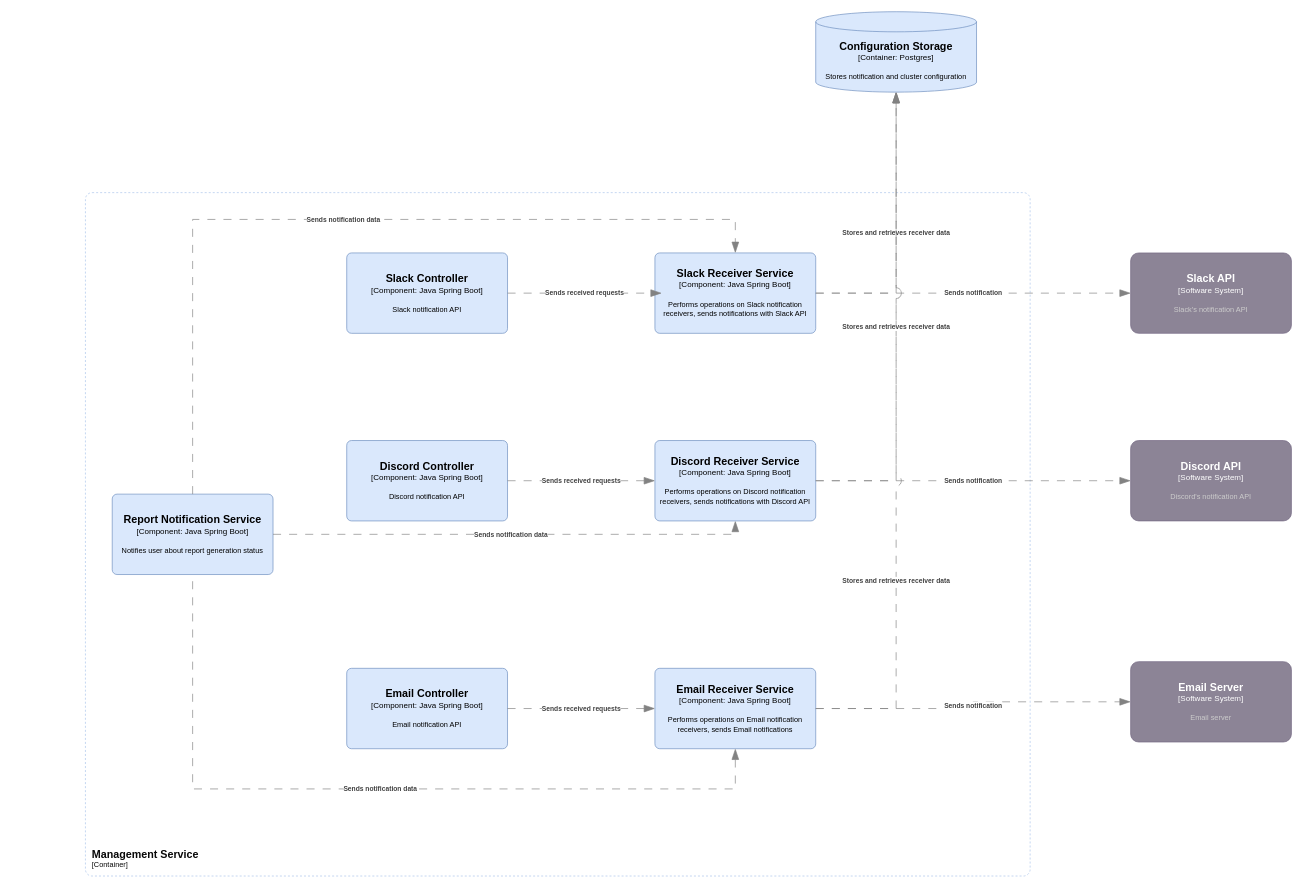
Earlier version of the draw.io diagram docs/diagrams/management-service/components/notifications/management-service-notifications.drawio (Magpie-Monitor/magpie-monitor). Source tidied: cells renumbered, new cells numbered last; positions are measured from the earlier drawing's top-left corner, leaving out a move shared by most shapes. Both pictures are drawn from the tidied source at 67%, with x=0, y=0 at pixel (11, 11).
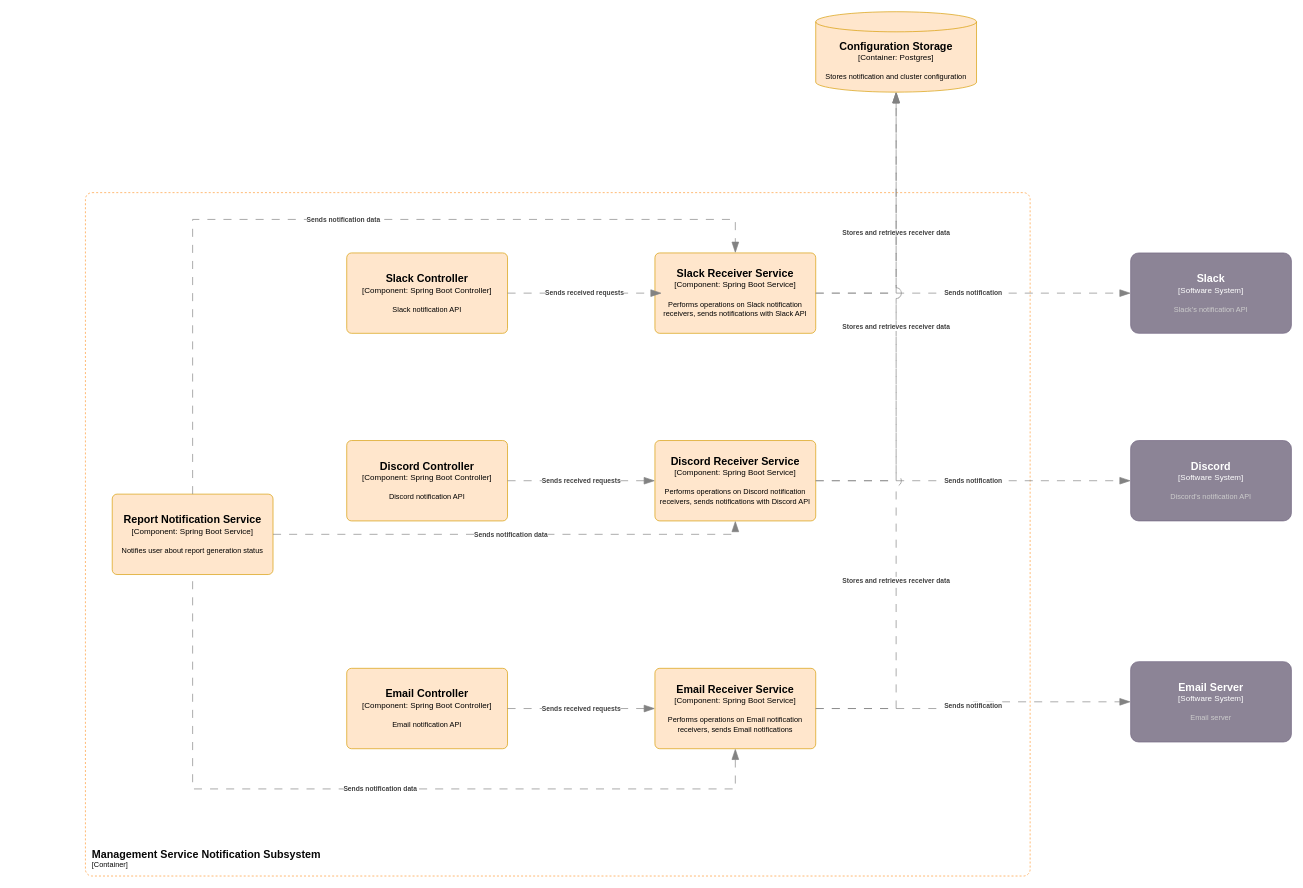
After the change.

Change to the diagram source:
```diff
@@
     <object id="2" label="&lt;font style=&quot;font-size: 16px&quot;&gt;&lt;b&gt;%c4Name%&lt;/b&gt;&lt;/font&gt;&lt;div&gt;[%c4Type%:&amp;nbsp;%c4Technology%]&lt;/div&gt;&lt;br&gt;&lt;div&gt;&lt;font style=&quot;font-size: 11px&quot;&gt;&lt;font&gt;%c4Description%&lt;/font&gt;&lt;/font&gt;&lt;/div&gt;" c4Description="Stores notification and cluster configuration" c4Name="Configuration Storage" c4Technology="Postgres" c4Type="Container" placeholders="1">
-      <mxCell style="shape=cylinder3;size=15;whiteSpace=wrap;html=1;boundedLbl=1;rounded=0;labelBackgroundColor=none;fillColor=#dae8fc;fontSize=12;align=center;strokeColor=#6c8ebf;points=[[0.5,0,0],[1,0.25,0],[1,0.5,0],[1,0.75,0],[0.5,1,0],[0,0.75,0],[0,0.5,0],[0,0.25,0]];" parent="1" vertex="1">
+      <mxCell style="shape=cylinder3;size=15;whiteSpace=wrap;html=1;boundedLbl=1;rounded=0;labelBackgroundColor=none;fillColor=#ffe6cc;fontSize=12;align=center;strokeColor=#d79b00;points=[[0.5,0,0],[1,0.25,0],[1,0.5,0],[1,0.75,0],[0.5,1,0],[0,0.75,0],[0,0.5,0],[0,0.25,0]];" parent="1" vertex="1">
         <mxGeometry x="1200" width="240" height="120" as="geometry" />
       </mxCell>
     </object>
-    <object id="3" label="&lt;font style=&quot;font-size: 16px&quot;&gt;&lt;b&gt;%c4Name%&lt;/b&gt;&lt;/font&gt;&lt;div&gt;[%c4Type%: %c4Technology%]&lt;/div&gt;&lt;br&gt;&lt;div&gt;&lt;font style=&quot;font-size: 11px&quot;&gt;%c4Description%&lt;/font&gt;&lt;/div&gt;" c4Description="Performs operations on Slack notification receivers, sends notifications with Slack API" c4Name="Slack Receiver Service" c4Technology="Java Spring Boot" c4Type="Component" placeholders="1">
-      <mxCell style="rounded=1;whiteSpace=wrap;html=1;labelBackgroundColor=none;fillColor=#dae8fc;align=center;arcSize=6;strokeColor=#6c8ebf;points=[[0.25,0,0],[0.5,0,0],[0.75,0,0],[1,0.25,0],[1,0.5,0],[1,0.75,0],[0.75,1,0],[0.5,1,0],[0.25,1,0],[0,0.75,0],[0,0.5,0],[0,0.25,0]];" parent="1" vertex="1">
+    <object id="3" label="&lt;font style=&quot;font-size: 16px&quot;&gt;&lt;b&gt;%c4Name%&lt;/b&gt;&lt;/font&gt;&lt;div&gt;[%c4Type%: %c4Technology%]&lt;/div&gt;&lt;br&gt;&lt;div&gt;&lt;font style=&quot;font-size: 11px&quot;&gt;%c4Description%&lt;/font&gt;&lt;/div&gt;" c4Description="Performs operations on Slack notification receivers, sends notifications with Slack API" c4Name="Slack Receiver Service" c4Technology="Spring Boot Service" c4Type="Component" placeholders="1">
+      <mxCell style="rounded=1;whiteSpace=wrap;html=1;labelBackgroundColor=none;fillColor=#ffe6cc;align=center;arcSize=6;strokeColor=#d79b00;points=[[0.25,0,0],[0.5,0,0],[0.75,0,0],[1,0.25,0],[1,0.5,0],[1,0.75,0],[0.75,1,0],[0.5,1,0],[0.25,1,0],[0,0.75,0],[0,0.5,0],[0,0.25,0]];" parent="1" vertex="1">
         <mxGeometry x="960" y="360" width="240" height="120" as="geometry" />
       </mxCell>
     </object>
-    <object id="4" label="&lt;font style=&quot;font-size: 16px&quot;&gt;&lt;b&gt;%c4Name%&lt;/b&gt;&lt;/font&gt;&lt;div&gt;[%c4Type%: %c4Technology%]&lt;/div&gt;&lt;br&gt;&lt;div&gt;&lt;font style=&quot;font-size: 11px&quot;&gt;%c4Description%&lt;/font&gt;&lt;/div&gt;" c4Description="Slack notification API" c4Name="Slack Controller" c4Technology="Java Spring Boot" c4Type="Component" placeholders="1">
-      <mxCell style="rounded=1;whiteSpace=wrap;html=1;labelBackgroundColor=none;fillColor=#dae8fc;align=center;arcSize=6;strokeColor=#6c8ebf;points=[[0.25,0,0],[0.5,0,0],[0.75,0,0],[1,0.25,0],[1,0.5,0],[1,0.75,0],[0.75,1,0],[0.5,1,0],[0.25,1,0],[0,0.75,0],[0,0.5,0],[0,0.25,0]];" parent="1" vertex="1">
+    <object id="4" label="&lt;font style=&quot;font-size: 16px&quot;&gt;&lt;b&gt;%c4Name%&lt;/b&gt;&lt;/font&gt;&lt;div&gt;[%c4Type%: %c4Technology%]&lt;/div&gt;&lt;br&gt;&lt;div&gt;&lt;font style=&quot;font-size: 11px&quot;&gt;%c4Description%&lt;/font&gt;&lt;/div&gt;" c4Description="Slack notification API" c4Name="Slack Controller" c4Technology="Spring Boot Controller" c4Type="Component" placeholders="1">
+      <mxCell style="rounded=1;whiteSpace=wrap;html=1;labelBackgroundColor=none;fillColor=#ffe6cc;align=center;arcSize=6;strokeColor=#d79b00;points=[[0.25,0,0],[0.5,0,0],[0.75,0,0],[1,0.25,0],[1,0.5,0],[1,0.75,0],[0.75,1,0],[0.5,1,0],[0.25,1,0],[0,0.75,0],[0,0.5,0],[0,0.25,0]];" parent="1" vertex="1">
         <mxGeometry x="500" y="360" width="240" height="120" as="geometry" />
       </mxCell>
     </object>
-    <object id="5" label="&lt;font style=&quot;font-size: 16px&quot;&gt;&lt;b&gt;&lt;div style=&quot;text-align: left&quot;&gt;%c4Name%&lt;/div&gt;&lt;/b&gt;&lt;/font&gt;&lt;div style=&quot;text-align: left&quot;&gt;[%c4Application%]&lt;/div&gt;" c4Application="Container" c4Name="Management Service" placeholders="1">
-      <mxCell style="rounded=1;fontSize=11;whiteSpace=wrap;html=1;dashed=1;arcSize=20;fillColor=none;strokeColor=#A9C4EB;labelBackgroundColor=none;align=left;verticalAlign=bottom;labelBorderColor=none;spacingTop=0;spacing=10;perimeter=rectanglePerimeter;labelPadding=0;absoluteArcSize=1;fontColor=#080808;" parent="1" vertex="1">
+    <object id="5" label="&lt;font style=&quot;font-size: 16px&quot;&gt;&lt;b&gt;&lt;div style=&quot;text-align: left&quot;&gt;%c4Name%&lt;/div&gt;&lt;/b&gt;&lt;/font&gt;&lt;div style=&quot;text-align: left&quot;&gt;[%c4Application%]&lt;/div&gt;" c4Application="Container" c4Name="Management Service Notification Subsystem" placeholders="1">
+      <mxCell style="rounded=1;fontSize=11;whiteSpace=wrap;html=1;dashed=1;arcSize=20;fillColor=none;strokeColor=#FF9933;labelBackgroundColor=none;align=left;verticalAlign=bottom;labelBorderColor=none;spacingTop=0;spacing=10;perimeter=rectanglePerimeter;labelPadding=0;absoluteArcSize=1;fontColor=#080808;" parent="1" vertex="1">
         <mxGeometry x="110" y="270" width="1410" height="1020" as="geometry" />
       </mxCell>
     </object>
-    <object id="6" label="&lt;font style=&quot;font-size: 16px&quot;&gt;&lt;b&gt;%c4Name%&lt;/b&gt;&lt;/font&gt;&lt;div&gt;[%c4Type%: %c4Technology%]&lt;/div&gt;&lt;br&gt;&lt;div&gt;&lt;font style=&quot;font-size: 11px&quot;&gt;%c4Description%&lt;/font&gt;&lt;/div&gt;" c4Description="Discord notification API" c4Name="Discord Controller" c4Technology="Java Spring Boot" c4Type="Component" placeholders="1">
-      <mxCell style="rounded=1;whiteSpace=wrap;html=1;labelBackgroundColor=none;fillColor=#dae8fc;align=center;arcSize=6;strokeColor=#6c8ebf;points=[[0.25,0,0],[0.5,0,0],[0.75,0,0],[1,0.25,0],[1,0.5,0],[1,0.75,0],[0.75,1,0],[0.5,1,0],[0.25,1,0],[0,0.75,0],[0,0.5,0],[0,0.25,0]];" parent="1" vertex="1">
+    <object id="6" label="&lt;font style=&quot;font-size: 16px&quot;&gt;&lt;b&gt;%c4Name%&lt;/b&gt;&lt;/font&gt;&lt;div&gt;[%c4Type%: %c4Technology%]&lt;/div&gt;&lt;br&gt;&lt;div&gt;&lt;font style=&quot;font-size: 11px&quot;&gt;%c4Description%&lt;/font&gt;&lt;/div&gt;" c4Description="Discord notification API" c4Name="Discord Controller" c4Technology="Spring Boot Controller" c4Type="Component" placeholders="1">
+      <mxCell style="rounded=1;whiteSpace=wrap;html=1;labelBackgroundColor=none;fillColor=#ffe6cc;align=center;arcSize=6;strokeColor=#d79b00;points=[[0.25,0,0],[0.5,0,0],[0.75,0,0],[1,0.25,0],[1,0.5,0],[1,0.75,0],[0.75,1,0],[0.5,1,0],[0.25,1,0],[0,0.75,0],[0,0.5,0],[0,0.25,0]];" parent="1" vertex="1">
         <mxGeometry x="500" y="640" width="240" height="120" as="geometry" />
       </mxCell>
     </object>
-    <object id="7" label="&lt;font style=&quot;font-size: 16px&quot;&gt;&lt;b&gt;%c4Name%&lt;/b&gt;&lt;/font&gt;&lt;div&gt;[%c4Type%: %c4Technology%]&lt;/div&gt;&lt;br&gt;&lt;div&gt;&lt;font style=&quot;font-size: 11px&quot;&gt;%c4Description%&lt;/font&gt;&lt;/div&gt;" c4Description="Email notification API" c4Name="Email Controller" c4Technology="Java Spring Boot" c4Type="Component" placeholders="1">
-      <mxCell style="rounded=1;whiteSpace=wrap;html=1;labelBackgroundColor=none;fillColor=#dae8fc;align=center;arcSize=6;strokeColor=#6c8ebf;points=[[0.25,0,0],[0.5,0,0],[0.75,0,0],[1,0.25,0],[1,0.5,0],[1,0.75,0],[0.75,1,0],[0.5,1,0],[0.25,1,0],[0,0.75,0],[0,0.5,0],[0,0.25,0]];" parent="1" vertex="1">
+    <object id="7" label="&lt;font style=&quot;font-size: 16px&quot;&gt;&lt;b&gt;%c4Name%&lt;/b&gt;&lt;/font&gt;&lt;div&gt;[%c4Type%: %c4Technology%]&lt;/div&gt;&lt;br&gt;&lt;div&gt;&lt;font style=&quot;font-size: 11px&quot;&gt;%c4Description%&lt;/font&gt;&lt;/div&gt;" c4Description="Email notification API" c4Name="Email Controller" c4Technology="Spring Boot Controller" c4Type="Component" placeholders="1">
+      <mxCell style="rounded=1;whiteSpace=wrap;html=1;labelBackgroundColor=none;fillColor=#ffe6cc;align=center;arcSize=6;strokeColor=#d79b00;points=[[0.25,0,0],[0.5,0,0],[0.75,0,0],[1,0.25,0],[1,0.5,0],[1,0.75,0],[0.75,1,0],[0.5,1,0],[0.25,1,0],[0,0.75,0],[0,0.5,0],[0,0.25,0]];" parent="1" vertex="1">
         <mxGeometry x="500" y="980" width="240" height="120" as="geometry" />
       </mxCell>
     </object>
-    <object id="8" label="&lt;font style=&quot;font-size: 16px&quot;&gt;&lt;b&gt;%c4Name%&lt;/b&gt;&lt;/font&gt;&lt;div&gt;[%c4Type%: %c4Technology%]&lt;/div&gt;&lt;br&gt;&lt;div&gt;&lt;font style=&quot;font-size: 11px&quot;&gt;%c4Description%&lt;/font&gt;&lt;/div&gt;" c4Description="Performs operations on Discord notification receivers, sends notifications with Discord API" c4Name="Discord Receiver Service" c4Technology="Java Spring Boot" c4Type="Component" placeholders="1">
-      <mxCell style="rounded=1;whiteSpace=wrap;html=1;labelBackgroundColor=none;fillColor=#dae8fc;align=center;arcSize=6;strokeColor=#6c8ebf;points=[[0.25,0,0],[0.5,0,0],[0.75,0,0],[1,0.25,0],[1,0.5,0],[1,0.75,0],[0.75,1,0],[0.5,1,0],[0.25,1,0],[0,0.75,0],[0,0.5,0],[0,0.25,0]];" parent="1" vertex="1">
+    <object id="8" label="&lt;font style=&quot;font-size: 16px&quot;&gt;&lt;b&gt;%c4Name%&lt;/b&gt;&lt;/font&gt;&lt;div&gt;[%c4Type%: %c4Technology%]&lt;/div&gt;&lt;br&gt;&lt;div&gt;&lt;font style=&quot;font-size: 11px&quot;&gt;%c4Description%&lt;/font&gt;&lt;/div&gt;" c4Description="Performs operations on Discord notification receivers, sends notifications with Discord API" c4Name="Discord Receiver Service" c4Technology="Spring Boot Service" c4Type="Component" placeholders="1">
+      <mxCell style="rounded=1;whiteSpace=wrap;html=1;labelBackgroundColor=none;fillColor=#ffe6cc;align=center;arcSize=6;strokeColor=#d79b00;points=[[0.25,0,0],[0.5,0,0],[0.75,0,0],[1,0.25,0],[1,0.5,0],[1,0.75,0],[0.75,1,0],[0.5,1,0],[0.25,1,0],[0,0.75,0],[0,0.5,0],[0,0.25,0]];" parent="1" vertex="1">
         <mxGeometry x="960" y="640" width="240" height="120" as="geometry" />
       </mxCell>
     </object>
-    <object id="9" label="&lt;font style=&quot;font-size: 16px&quot;&gt;&lt;b&gt;%c4Name%&lt;/b&gt;&lt;/font&gt;&lt;div&gt;[%c4Type%: %c4Technology%]&lt;/div&gt;&lt;br&gt;&lt;div&gt;&lt;font style=&quot;font-size: 11px&quot;&gt;%c4Description%&lt;/font&gt;&lt;/div&gt;" c4Description="Performs operations on Email notification receivers, sends Email notifications" c4Name="Email Receiver Service" c4Technology="Java Spring Boot" c4Type="Component" placeholders="1">
-      <mxCell style="rounded=1;whiteSpace=wrap;html=1;labelBackgroundColor=none;fillColor=#dae8fc;align=center;arcSize=6;strokeColor=#6c8ebf;points=[[0.25,0,0],[0.5,0,0],[0.75,0,0],[1,0.25,0],[1,0.5,0],[1,0.75,0],[0.75,1,0],[0.5,1,0],[0.25,1,0],[0,0.75,0],[0,0.5,0],[0,0.25,0]];" parent="1" vertex="1">
+    <object id="9" label="&lt;font style=&quot;font-size: 16px&quot;&gt;&lt;b&gt;%c4Name%&lt;/b&gt;&lt;/font&gt;&lt;div&gt;[%c4Type%: %c4Technology%]&lt;/div&gt;&lt;br&gt;&lt;div&gt;&lt;font style=&quot;font-size: 11px&quot;&gt;%c4Description%&lt;/font&gt;&lt;/div&gt;" c4Description="Performs operations on Email notification receivers, sends Email notifications" c4Name="Email Receiver Service" c4Technology="Spring Boot Service" c4Type="Component" placeholders="1">
+      <mxCell style="rounded=1;whiteSpace=wrap;html=1;labelBackgroundColor=none;fillColor=#ffe6cc;align=center;arcSize=6;strokeColor=#d79b00;points=[[0.25,0,0],[0.5,0,0],[0.75,0,0],[1,0.25,0],[1,0.5,0],[1,0.75,0],[0.75,1,0],[0.5,1,0],[0.25,1,0],[0,0.75,0],[0,0.5,0],[0,0.25,0]];" parent="1" vertex="1">
         <mxGeometry x="960" y="980" width="240" height="120" as="geometry" />
       </mxCell>
     </object>
-    <object id="10" label="&lt;font style=&quot;font-size: 16px&quot;&gt;&lt;b&gt;%c4Name%&lt;/b&gt;&lt;/font&gt;&lt;div&gt;[%c4Type%: %c4Technology%]&lt;/div&gt;&lt;br&gt;&lt;div&gt;&lt;font style=&quot;font-size: 11px&quot;&gt;%c4Description%&lt;/font&gt;&lt;/div&gt;" c4Description="Notifies user about report generation status" c4Name="Report Notification Service" c4Technology="Java Spring Boot" c4Type="Component" placeholders="1">
-      <mxCell style="rounded=1;whiteSpace=wrap;html=1;labelBackgroundColor=none;fillColor=#dae8fc;align=center;arcSize=6;strokeColor=#6c8ebf;points=[[0.25,0,0],[0.5,0,0],[0.75,0,0],[1,0.25,0],[1,0.5,0],[1,0.75,0],[0.75,1,0],[0.5,1,0],[0.25,1,0],[0,0.75,0],[0,0.5,0],[0,0.25,0]];" parent="1" vertex="1">
+    <object id="10" label="&lt;font style=&quot;font-size: 16px&quot;&gt;&lt;b&gt;%c4Name%&lt;/b&gt;&lt;/font&gt;&lt;div&gt;[%c4Type%: %c4Technology%]&lt;/div&gt;&lt;br&gt;&lt;div&gt;&lt;font style=&quot;font-size: 11px&quot;&gt;%c4Description%&lt;/font&gt;&lt;/div&gt;" c4Description="Notifies user about report generation status" c4Name="Report Notification Service" c4Technology="Spring Boot Service" c4Type="Component" placeholders="1">
+      <mxCell style="rounded=1;whiteSpace=wrap;html=1;labelBackgroundColor=none;fillColor=#ffe6cc;align=center;arcSize=6;strokeColor=#d79b00;points=[[0.25,0,0],[0.5,0,0],[0.75,0,0],[1,0.25,0],[1,0.5,0],[1,0.75,0],[0.75,1,0],[0.5,1,0],[0.25,1,0],[0,0.75,0],[0,0.5,0],[0,0.25,0]];" parent="1" vertex="1">
         <mxGeometry x="150" y="720" width="240" height="120" as="geometry" />
       </mxCell>
     </object>
-    <object id="11" label="&lt;font style=&quot;font-size: 16px&quot;&gt;&lt;b&gt;%c4Name%&lt;/b&gt;&lt;/font&gt;&lt;div&gt;[%c4Type%]&lt;/div&gt;&lt;br&gt;&lt;div&gt;&lt;font style=&quot;font-size: 11px&quot;&gt;&lt;font color=&quot;#cccccc&quot;&gt;%c4Description%&lt;/font&gt;&lt;/div&gt;" c4Description="Discord's notification API" c4Name="Discord API" c4Type="Software System" placeholders="1">
+    <object id="11" label="&lt;font style=&quot;font-size: 16px&quot;&gt;&lt;b&gt;%c4Name%&lt;/b&gt;&lt;/font&gt;&lt;div&gt;[%c4Type%]&lt;/div&gt;&lt;br&gt;&lt;div&gt;&lt;font style=&quot;font-size: 11px&quot;&gt;&lt;font color=&quot;#cccccc&quot;&gt;%c4Description%&lt;/font&gt;&lt;/div&gt;" c4Description="Discord's notification API" c4Name="Discord" c4Type="Software System" placeholders="1">
       <mxCell style="rounded=1;whiteSpace=wrap;html=1;labelBackgroundColor=none;fillColor=#8C8496;fontColor=#ffffff;align=center;arcSize=10;strokeColor=#736782;points=[[0.25,0,0],[0.5,0,0],[0.75,0,0],[1,0.25,0],[1,0.5,0],[1,0.75,0],[0.75,1,0],[0.5,1,0],[0.25,1,0],[0,0.75,0],[0,0.5,0],[0,0.25,0]];" parent="1" vertex="1">
         <mxGeometry x="1670" y="640" width="240" height="120" as="geometry" />
       </mxCell>
     </object>
-    <object id="12" label="&lt;font style=&quot;font-size: 16px&quot;&gt;&lt;b&gt;%c4Name%&lt;/b&gt;&lt;/font&gt;&lt;div&gt;[%c4Type%]&lt;/div&gt;&lt;br&gt;&lt;div&gt;&lt;font style=&quot;font-size: 11px&quot;&gt;&lt;font color=&quot;#cccccc&quot;&gt;%c4Description%&lt;/font&gt;&lt;/div&gt;" c4Description="Slack's notification API" c4Name="Slack API" c4Type="Software System" placeholders="1">
+    <object id="12" label="&lt;font style=&quot;font-size: 16px&quot;&gt;&lt;b&gt;%c4Name%&lt;/b&gt;&lt;/font&gt;&lt;div&gt;[%c4Type%]&lt;/div&gt;&lt;br&gt;&lt;div&gt;&lt;font style=&quot;font-size: 11px&quot;&gt;&lt;font color=&quot;#cccccc&quot;&gt;%c4Description%&lt;/font&gt;&lt;/div&gt;" c4Description="Slack's notification API" c4Name="Slack" c4Type="Software System" placeholders="1">
       <mxCell style="rounded=1;whiteSpace=wrap;html=1;labelBackgroundColor=none;fillColor=#8C8496;fontColor=#ffffff;align=center;arcSize=10;strokeColor=#736782;points=[[0.25,0,0],[0.5,0,0],[0.75,0,0],[1,0.25,0],[1,0.5,0],[1,0.75,0],[0.75,1,0],[0.5,1,0],[0.25,1,0],[0,0.75,0],[0,0.5,0],[0,0.25,0]];" parent="1" vertex="1">
         <mxGeometry x="1670" y="360" width="240" height="120" as="geometry" />
       </mxCell>
     </object>
```
